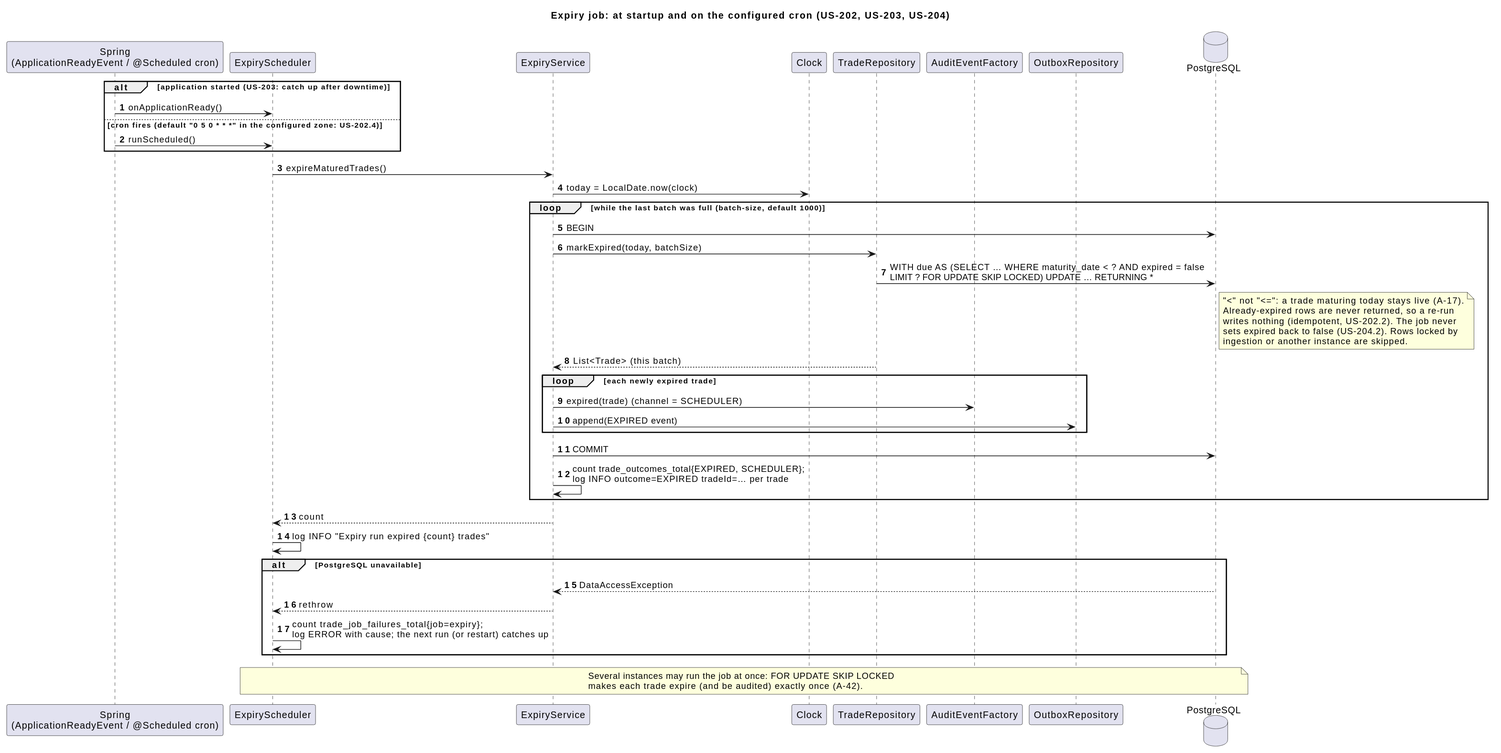
The PlantUML diagram docs/diagrams/out/05-seq-expiry.svg in kuldipkumar/Trade-store, before a commit.
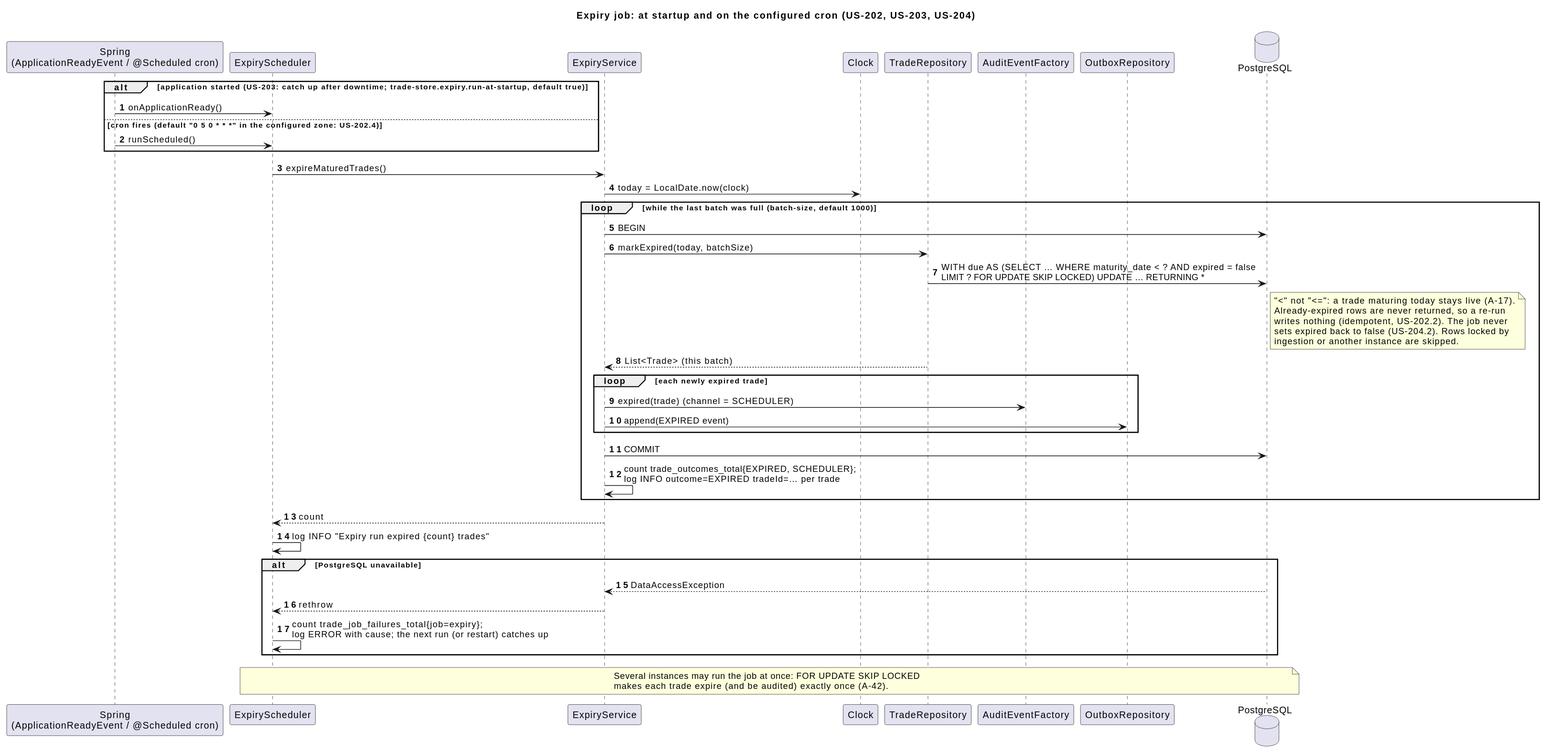
Above is the later version.

Commit message:
docs: US-203 note run-at-startup in 05-seq-expiry

Change to the diagram source:
```diff
@@ -11,7 +11,7 @@
 participant OutboxRepository
 database PostgreSQL
 
-alt application started (US-203: catch up after downtime)
+alt application started (US-203: catch up after downtime; trade-store.expiry.run-at-startup, default true)
   Spring -> ExpiryScheduler : onApplicationReady()
 else cron fires (default "0 5 0 * * *" in the configured zone: US-202.4)
   Spring -> ExpiryScheduler : runScheduled()
```
